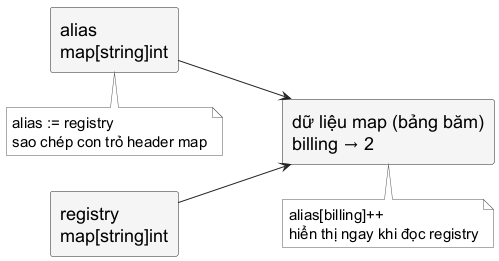
Minhlike/Golang keeps this PlantUML diagram as assets/diagrams/map-sharing.png. Above is the earlier version.
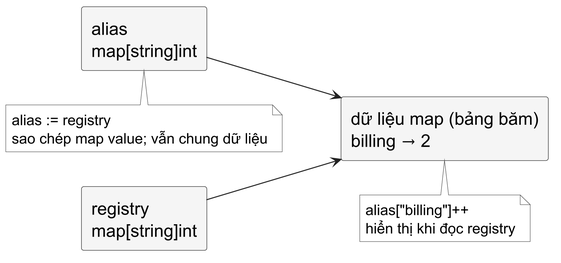
After the commit.

The edit, as a diff of the source:
```diff
@@ -1,4 +1,5 @@
 @startuml
+skinparamlocked dpi 300
 skinparam backgroundColor white
 skinparam shadowing false
 skinparam defaultFontName "Source Sans 3"
@@ -24,6 +25,6 @@
 rectangle "dữ liệu map (bảng băm)\nbilling → 2" as data
 registry --> data
 alias --> data
-note bottom of alias : alias := registry\nsao chép con trỏ header map
-note bottom of data : alias[\"billing\"]++\nhiển thị ngay khi đọc registry
+note bottom of alias : alias := registry\nsao chép map value; vẫn chung dữ liệu
+note bottom of data : alias["billing"]++\nhiển thị khi đọc registry
 @enduml
```
